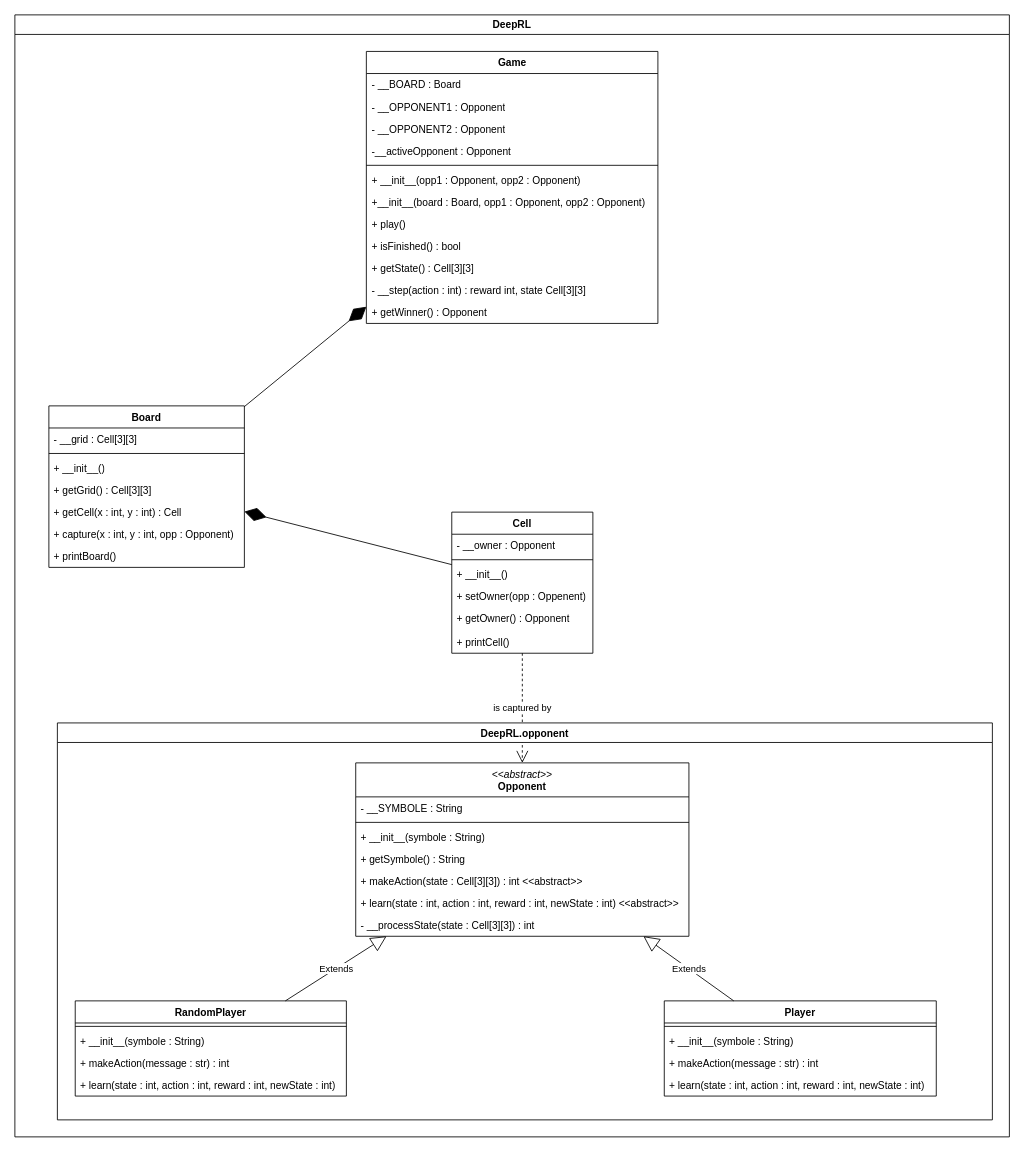
Above: uml/DRL project.drawio in Enzo-Claeyssen/Q-Learning_for_Tic_Tac_Toe (draw.io), before the change. Source tidied: cells renumbered, new cells numbered last; positions are measured from the earlier drawing's top-left corner, leaving out a move shared by most shapes. Both pictures are drawn from the tidied source at 85%, with x=0, y=0 at pixel (14, 14).
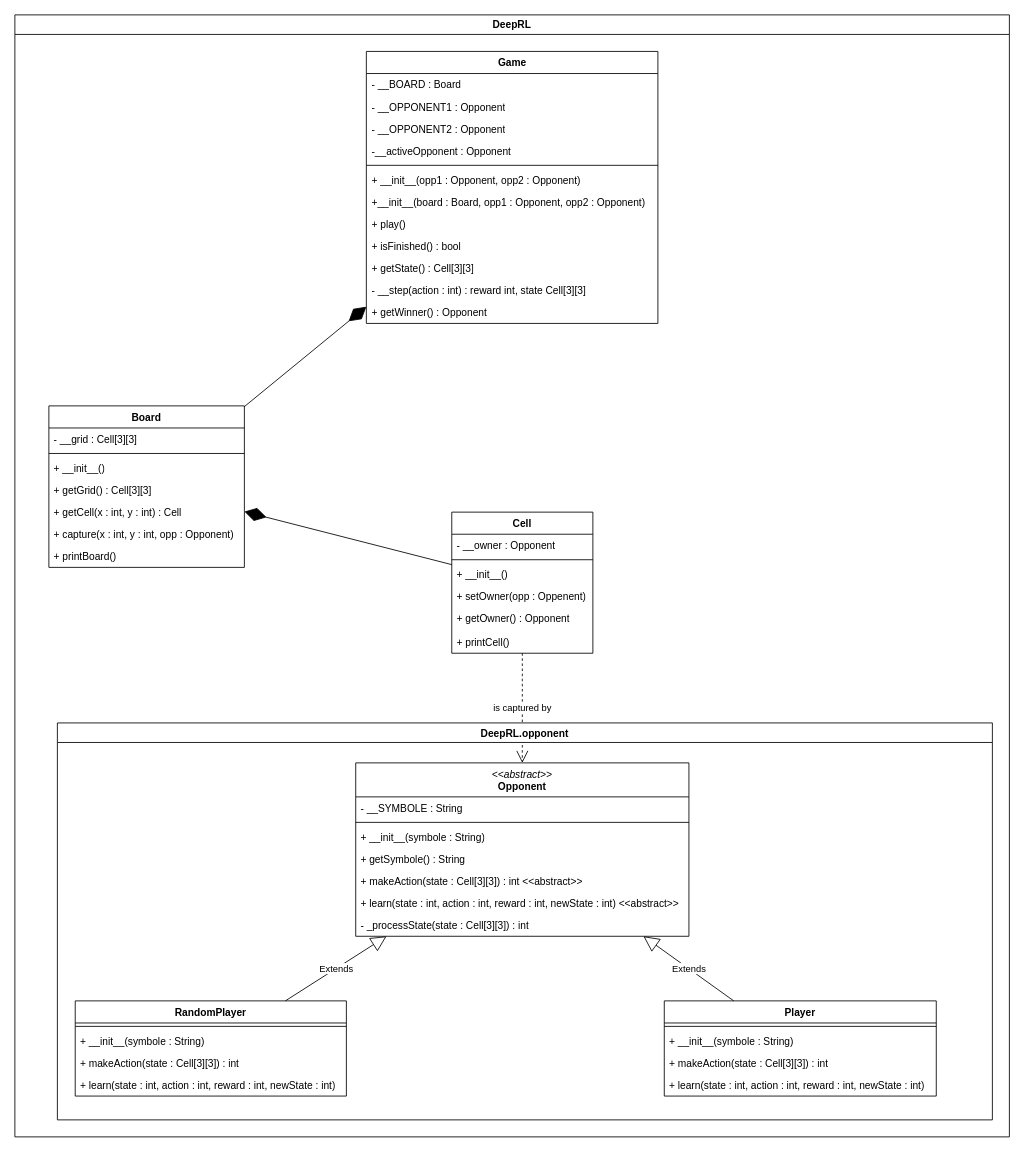
After the change.

The change refers to these unchanged cells:
```xml
<mxCell id="35" value="RandomPlayer" style="swimlane;fontStyle=1;align=center;verticalAlign=top;horizontal=1;startSize=26;whiteSpace=wrap;html=1;" parent="34" vertex="1">
  <mxGeometry x="21" y="327" width="319" height="112" as="geometry" />
</mxCell>
<mxCell id="40" value="Player" style="swimlane;fontStyle=1;align=center;verticalAlign=top;horizontal=1;startSize=26;whiteSpace=wrap;html=1;" parent="34" vertex="1">
  <mxGeometry x="714" y="327" width="320" height="112" as="geometry" />
</mxCell>
<mxCell id="45" value="&lt;span style=&quot;font-weight: normal;&quot;&gt;&lt;i&gt;&amp;lt;&amp;lt;abstract&amp;gt;&amp;gt;&lt;/i&gt;&lt;/span&gt;&lt;br&gt;Opponent" style="swimlane;fontStyle=1;align=center;verticalAlign=top;horizontal=1;startSize=40;whiteSpace=wrap;html=1;" parent="34" vertex="1">
  <mxGeometry x="351" y="47" width="392" height="204" as="geometry" />
</mxCell>
```

The edit, as a diff of the source:
```diff
@@
-    <mxCell id="38" value="+ makeAction(message : str) : int" style="text;strokeColor=none;fillColor=none;align=left;verticalAlign=top;spacingLeft=4;spacingRight=4;overflow=hidden;whiteSpace=wrap;html=1;" parent="35" vertex="1">
+    <mxCell id="38" value="+ makeAction(state : Cell[3][3]) : int" style="text;strokeColor=none;fillColor=none;align=left;verticalAlign=top;spacingLeft=4;spacingRight=4;overflow=hidden;whiteSpace=wrap;html=1;" parent="35" vertex="1">
       <mxGeometry y="60" width="319" height="26" as="geometry" />
     </mxCell>
@@
-    <mxCell id="43" value="+ makeAction(message : str) : int" style="text;strokeColor=none;fillColor=none;align=left;verticalAlign=top;spacingLeft=4;spacingRight=4;overflow=hidden;whiteSpace=wrap;html=1;" parent="40" vertex="1">
+    <mxCell id="43" value="+ makeAction(state : Cell[3][3]) : int" style="text;strokeColor=none;fillColor=none;align=left;verticalAlign=top;spacingLeft=4;spacingRight=4;overflow=hidden;whiteSpace=wrap;html=1;" parent="40" vertex="1">
       <mxGeometry y="60" width="320" height="26" as="geometry" />
     </mxCell>
@@
-    <mxCell id="52" value="- __processState(state : Cell[3][3]) : int" style="text;strokeColor=none;fillColor=none;align=left;verticalAlign=top;spacingLeft=4;spacingRight=4;overflow=hidden;whiteSpace=wrap;html=1;" parent="45" vertex="1">
+    <mxCell id="52" value="- _processState(state : Cell[3][3]) : int" style="text;strokeColor=none;fillColor=none;align=left;verticalAlign=top;spacingLeft=4;spacingRight=4;overflow=hidden;whiteSpace=wrap;html=1;" parent="45" vertex="1">
       <mxGeometry y="178" width="392" height="26" as="geometry" />
     </mxCell>
```
